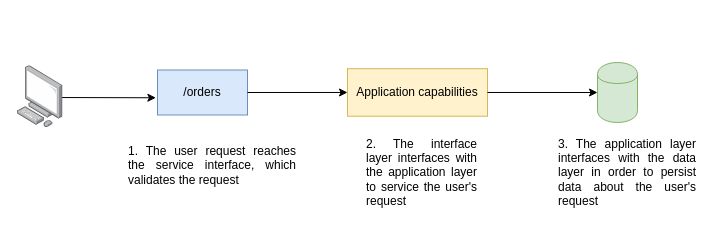
This is page "2.4" (4 of 12) of ch02.drawio from abunuwas/microservices-apis-img, a draw.io file, before an edit. Source tidied: cells renumbered, new cells numbered last; positions are measured from the earlier drawing's top-left corner, leaving out a move shared by most shapes. Both pictures are drawn from the tidied source at 100%, with x=0, y=0 at pixel (17, 62).
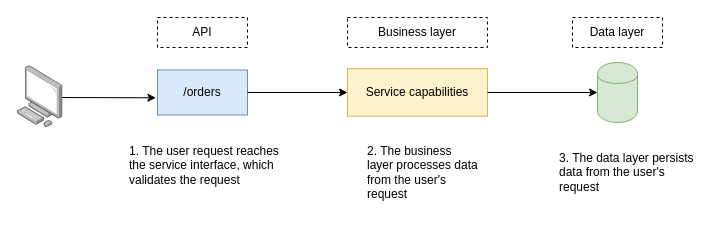
After the change.

Diff of the diagram source:
```diff
@@
 <mxGraphModel>
   <root>
     <mxCell id="0" />
     <mxCell id="1" parent="0" />
     <mxCell id="2" style="shape=cylinder;whiteSpace=wrap;html=1;boundedLbl=1;backgroundOutline=1;strokeColor=#82b366;fillColor=#d5e8d4;" parent="1" vertex="1">
       <mxGeometry x="580" width="40" height="60" as="geometry" />
     </mxCell>
     <mxCell id="3" value="&lt;font style=&quot;font-size: 12px&quot;&gt;/orders&lt;/font&gt;" style="text;html=1;fillColor=#dae8fc;align=center;verticalAlign=middle;whiteSpace=wrap;rounded=0;strokeColor=#6c8ebf;" parent="1" vertex="1">
       <mxGeometry x="140" y="7.5" width="90" height="45" as="geometry" />
     </mxCell>
     <mxCell id="4" style="endArrow=classic;html=1;entryX=-0.018;entryY=0.617;entryDx=0;entryDy=0;exitX=0.5;exitY=0.5;exitDx=0;exitDy=0;exitPerimeter=0;entryPerimeter=0;" parent="1" edge="1" target="3">
       <mxGeometry relative="1" as="geometry">
         <mxPoint x="35" y="35" as="sourcePoint" />
       </mxGeometry>
     </mxCell>
-    <mxCell id="5" value="&lt;font style=&quot;font-size: 12px&quot;&gt;Application capabilities&lt;/font&gt;" style="text;html=1;fillColor=#fff2cc;align=center;verticalAlign=middle;whiteSpace=wrap;rounded=0;strokeColor=#d6b656;" parent="1" vertex="1">
+    <mxCell id="5" value="&lt;font style=&quot;font-size: 12px&quot;&gt;Service capabilities&lt;/font&gt;" style="text;html=1;fillColor=#fff2cc;align=center;verticalAlign=middle;whiteSpace=wrap;rounded=0;strokeColor=#d6b656;" parent="1" vertex="1">
       <mxGeometry x="330" y="6.2" width="140" height="47.5" as="geometry" />
     </mxCell>
     <mxCell id="6" style="endArrow=classic;html=1;exitX=1;exitY=0.5;exitDx=0;exitDy=0;" parent="1" edge="1" source="3" target="5">
       <mxGeometry relative="1" as="geometry" />
     </mxCell>
     <mxCell id="7" style="endArrow=classic;html=1;entryX=0;entryY=0.5;entryDx=0;entryDy=0;" parent="1" edge="1" source="5" target="2">
       <mxGeometry relative="1" as="geometry" />
     </mxCell>
-    <mxCell id="8" value="&lt;div style=&quot;text-align: justify&quot;&gt;&lt;span&gt;1. The user request reaches the service interface, which validates the request&lt;/span&gt;&lt;/div&gt;" style="text;html=1;strokeColor=none;fillColor=none;align=center;verticalAlign=middle;whiteSpace=wrap;rounded=0;" parent="1" vertex="1">
+    <mxCell id="8" value="&lt;div style=&quot;&quot;&gt;&lt;span&gt;1. The user request reaches the service interface, which validates the request&lt;/span&gt;&lt;/div&gt;" style="text;html=1;strokeColor=none;fillColor=none;align=left;verticalAlign=middle;whiteSpace=wrap;rounded=0;" parent="1" vertex="1">
       <mxGeometry x="110" y="65" width="170" height="75" as="geometry" />
     </mxCell>
-    <mxCell id="9" value="&lt;blockquote style=&quot;text-align: justify ; margin: 0px 0px 0px 40px ; border: none ; padding: 0px&quot;&gt;&lt;font style=&quot;font-size: 12px&quot;&gt;2. The interface layer interfaces with the application layer to service the user's request&lt;/font&gt;&lt;/blockquote&gt;" style="text;html=1;strokeColor=none;fillColor=none;align=center;verticalAlign=middle;whiteSpace=wrap;rounded=0;" parent="1" vertex="1">
+    <mxCell id="9" value="&lt;blockquote style=&quot;margin: 0px 0px 0px 40px; border: none; padding: 0px;&quot;&gt;&lt;font style=&quot;font-size: 12px&quot;&gt;2. The business layer processes data from the user's request&lt;/font&gt;&lt;/blockquote&gt;" style="text;html=1;strokeColor=none;fillColor=none;align=left;verticalAlign=middle;whiteSpace=wrap;rounded=0;" parent="1" vertex="1">
       <mxGeometry x="308" y="80" width="153.1" height="60" as="geometry" />
     </mxCell>
-    <mxCell id="10" value="&lt;div style=&quot;text-align: justify&quot;&gt;&lt;span&gt;3. The application layer interfaces with the data layer in order to persist data about the user's request&lt;/span&gt;&lt;/div&gt;" style="text;html=1;strokeColor=none;fillColor=none;align=center;verticalAlign=middle;whiteSpace=wrap;rounded=0;" parent="1" vertex="1">
+    <mxCell id="10" value="&lt;div&gt;&lt;span&gt;3. The data layer persists data from the user's request&lt;/span&gt;&lt;/div&gt;" style="text;html=1;strokeColor=none;fillColor=none;align=left;verticalAlign=middle;whiteSpace=wrap;rounded=0;" parent="1" vertex="1">
       <mxGeometry x="540" y="65" width="140" height="90" as="geometry" />
     </mxCell>
     <mxCell id="11" style="html=1;align=center;shadow=0;dashed=0;image;image=img/lib/allied_telesis/computer_and_terminals/Personal_Computer.svg;" parent="1" vertex="1">
       <mxGeometry y="3.2" width="45.6" height="61.8" as="geometry" />
     </mxCell>
+    <mxCell id="12" value="API" style="text;html=1;fillColor=none;align=center;verticalAlign=middle;whiteSpace=wrap;rounded=0;strokeColor=#000000;dashed=1;" parent="1" vertex="1">
+      <mxGeometry x="140" y="-45" width="90" height="30" as="geometry" />
+    </mxCell>
+    <mxCell id="13" value="Business layer" style="text;html=1;fillColor=none;align=center;verticalAlign=middle;whiteSpace=wrap;rounded=0;strokeColor=#000000;dashed=1;" parent="1" vertex="1">
+      <mxGeometry x="330" y="-45" width="140" height="30" as="geometry" />
+    </mxCell>
+    <mxCell id="14" value="Data layer" style="text;html=1;fillColor=none;align=center;verticalAlign=middle;whiteSpace=wrap;rounded=0;strokeColor=#000000;dashed=1;" parent="1" vertex="1">
+      <mxGeometry x="555" y="-45" width="90" height="30" as="geometry" />
+    </mxCell>
   </root>
 </mxGraphModel>
```
